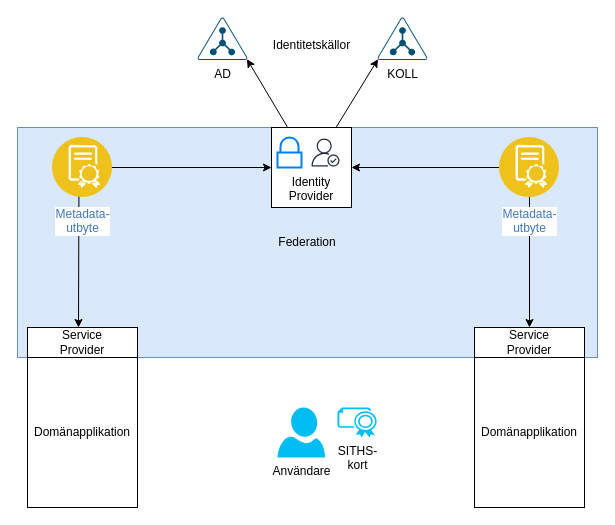
This is SAML/Identitet och åtkomst.drawio from arizon-dread/drawio, a draw.io file, before an edit. Source tidied: cells renumbered, new cells numbered last; positions are measured from the earlier drawing's top-left corner, leaving out a move shared by most shapes. Both pictures are drawn from the tidied source at 100%, with x=0, y=0 at pixel (17, 17).
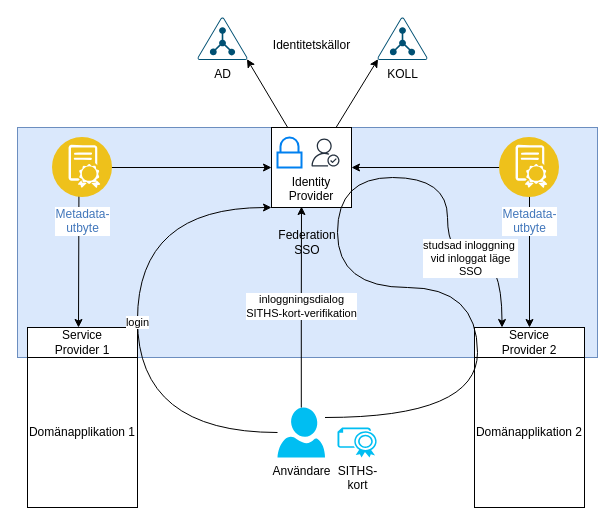
After the change.

The change refers to these unchanged cells:
```xml
<mxCell id="6" value="&lt;div&gt;&lt;br&gt;&lt;/div&gt;&lt;div&gt;&lt;br&gt;&lt;/div&gt;&lt;div&gt;&lt;br&gt;&lt;/div&gt;Identity&lt;div&gt;Provider&lt;/div&gt;" style="whiteSpace=wrap;html=1;" parent="1" vertex="1">
  <mxGeometry x="254" y="110" width="80" height="80" as="geometry" />
</mxCell>
<mxCell id="19" value="Användare" style="verticalLabelPosition=bottom;html=1;verticalAlign=top;align=center;strokeColor=none;fillColor=#00BEF2;shape=mxgraph.azure.user;" parent="1" vertex="1">
  <mxGeometry x="260" y="390" width="47.5" height="50" as="geometry" />
</mxCell>
```

Change to the diagram source:
```diff
@@
-    <mxCell id="2" value="Federation" style="rounded=0;whiteSpace=wrap;html=1;fillColor=#dae8fc;strokeColor=#6c8ebf;" parent="1" vertex="1">
+    <mxCell id="2" value="Federation&lt;div&gt;SSO&lt;/div&gt;" style="rounded=0;whiteSpace=wrap;html=1;fillColor=#dae8fc;strokeColor=#6c8ebf;" parent="1" vertex="1">
       <mxGeometry y="110" width="580" height="230" as="geometry" />
     </mxCell>
@@
-    <mxCell id="12" value="Service&lt;div&gt;Provider&lt;/div&gt;" style="rounded=0;whiteSpace=wrap;html=1;" parent="1" vertex="1">
+    <mxCell id="12" value="Service&lt;div&gt;Provider 1&lt;/div&gt;" style="rounded=0;whiteSpace=wrap;html=1;" parent="1" vertex="1">
       <mxGeometry x="10" y="310" width="110" height="30" as="geometry" />
     </mxCell>
-    <mxCell id="13" value="Domänapplikation" style="rounded=0;whiteSpace=wrap;html=1;" parent="1" vertex="1">
+    <mxCell id="13" value="Domänapplikation 1" style="rounded=0;whiteSpace=wrap;html=1;" parent="1" vertex="1">
       <mxGeometry x="10" y="340" width="110" height="150" as="geometry" />
     </mxCell>
-    <mxCell id="14" value="Service&lt;div&gt;Provider&lt;/div&gt;" style="rounded=0;whiteSpace=wrap;html=1;" parent="1" vertex="1">
+    <mxCell id="14" value="Service&lt;div&gt;Provider 2&lt;/div&gt;" style="rounded=0;whiteSpace=wrap;html=1;" parent="1" vertex="1">
       <mxGeometry x="457" y="310" width="110" height="30" as="geometry" />
     </mxCell>
-    <mxCell id="15" value="Domänapplikation" style="rounded=0;whiteSpace=wrap;html=1;" parent="1" vertex="1">
+    <mxCell id="15" value="Domänapplikation 2" style="rounded=0;whiteSpace=wrap;html=1;" parent="1" vertex="1">
       <mxGeometry x="457" y="340" width="110" height="150" as="geometry" />
     </mxCell>
@@
+    <mxCell id="21" value="login" style="edgeStyle=orthogonalEdgeStyle;rounded=0;jettySize=auto;html=1;entryX=0;entryY=1;entryDx=0;entryDy=0;curved=1;" parent="1" edge="1" source="19" target="6">
+      <mxGeometry relative="1" as="geometry">
+        <Array as="points">
+          <mxPoint x="120" y="415" />
+          <mxPoint x="120" y="190" />
+        </Array>
+      </mxGeometry>
+    </mxCell>
+    <mxCell id="22" value="studsad inloggning&amp;nbsp;&lt;div&gt;vid inloggat läge&lt;/div&gt;&lt;div&gt;SSO&lt;/div&gt;" style="edgeStyle=orthogonalEdgeStyle;rounded=0;jettySize=auto;html=1;curved=1;entryX=0.25;entryY=0;entryDx=0;entryDy=0;" parent="1" edge="1" target="14">
+      <mxGeometry x="0.76" relative="1" as="geometry">
+        <mxPoint x="307.5" y="400" as="sourcePoint" />
+        <Array as="points">
+          <mxPoint x="460" y="400" />
+          <mxPoint x="460" y="270" />
+          <mxPoint x="320" y="270" />
+          <mxPoint x="320" y="160" />
+          <mxPoint x="430" y="160" />
+          <mxPoint x="430" y="240" />
+          <mxPoint x="485" y="240" />
+        </Array>
+        <mxPoint y="1" as="offset" />
+      </mxGeometry>
+    </mxCell>
@@
     <mxCell id="20" value="SITHS-&lt;div&gt;kort&lt;/div&gt;" style="verticalLabelPosition=bottom;html=1;verticalAlign=top;align=center;strokeColor=none;fillColor=#00BEF2;shape=mxgraph.azure.certificate;" parent="1" vertex="1">
-      <mxGeometry x="320" y="390" width="40" height="30" as="geometry" />
+      <mxGeometry x="320" y="410" width="40" height="30" as="geometry" />
     </mxCell>
+    <mxCell id="23" value="inloggningsdialog&lt;div&gt;SITHS-kort-verifikation&lt;/div&gt;" style="edgeStyle=orthogonalEdgeStyle;rounded=0;jettySize=auto;html=1;entryX=0.375;entryY=0.988;entryDx=0;entryDy=0;entryPerimeter=0;" parent="1" edge="1" source="19" target="6">
+      <mxGeometry relative="1" as="geometry" />
+    </mxCell>
```
